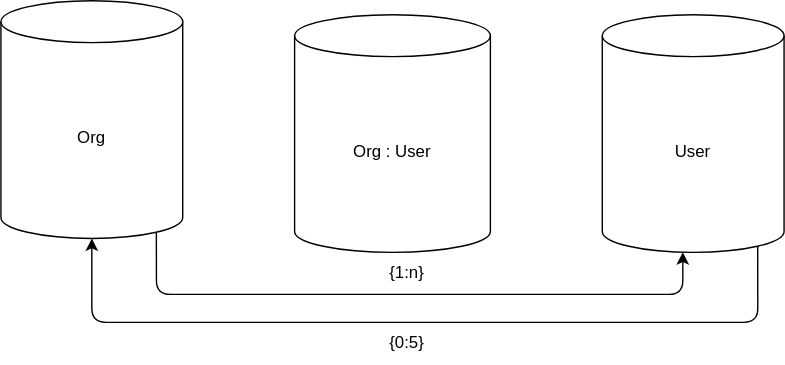
This is erd.drawio.svg from GaurangTyagi123/logisick, a draw.io export, as it was before one commit. Source tidied: cells renumbered, new cells last; positions are measured from the earlier drawing's top-left corner, leaving out a move shared by most shapes.
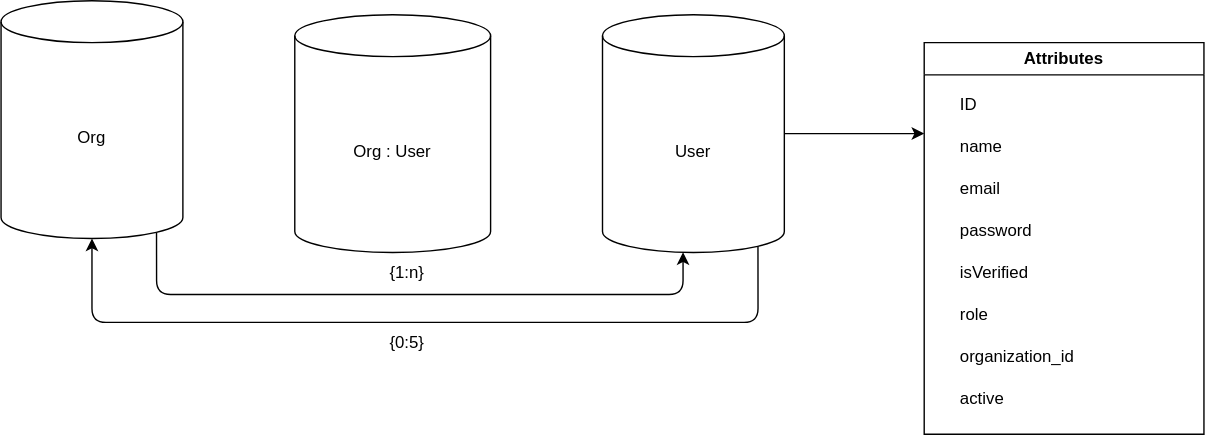
Above is the later version.

The edit, as a diff of the source:
```diff
@@ -2,6 +2,11 @@
   <root>
     <mxCell id="0" />
     <mxCell id="1" parent="0" />
+    <mxCell id="9" style="edgeStyle=none;html=1;" parent="1" edge="1" source="2">
+      <mxGeometry relative="1" as="geometry">
+        <mxPoint x="660" y="95" as="targetPoint" />
+      </mxGeometry>
+    </mxCell>
     <mxCell id="2" value="User" style="shape=cylinder3;whiteSpace=wrap;html=1;boundedLbl=1;backgroundOutline=1;size=15;" parent="1" vertex="1">
       <mxGeometry x="430" y="10" width="130" height="170" as="geometry" />
     </mxCell>
@@ -33,5 +38,32 @@
     <mxCell id="8" value="{0:5}" style="text;html=1;align=center;verticalAlign=middle;strokeColor=none;fillColor=none;" parent="1" vertex="1">
       <mxGeometry x="265" y="230" width="50" height="30" as="geometry" />
     </mxCell>
+    <mxCell id="10" value="Attributes" style="swimlane;whiteSpace=wrap;html=1;" parent="1" vertex="1">
+      <mxGeometry x="660" y="30" width="200" height="280" as="geometry" />
+    </mxCell>
+    <mxCell id="11" value="ID" style="text;strokeColor=none;fillColor=none;align=left;verticalAlign=middle;spacingLeft=4;spacingRight=4;overflow=hidden;whiteSpace=wrap;html=1;" parent="10" vertex="1">
+      <mxGeometry x="20" y="30" width="140" height="30" as="geometry" />
+    </mxCell>
+    <mxCell id="12" value="name" style="text;strokeColor=none;fillColor=none;align=left;verticalAlign=middle;spacingLeft=4;spacingRight=4;overflow=hidden;whiteSpace=wrap;html=1;" parent="10" vertex="1">
+      <mxGeometry x="20" y="60" width="140" height="30" as="geometry" />
+    </mxCell>
+    <mxCell id="13" value="email" style="text;strokeColor=none;fillColor=none;align=left;verticalAlign=middle;spacingLeft=4;spacingRight=4;overflow=hidden;whiteSpace=wrap;html=1;" parent="10" vertex="1">
+      <mxGeometry x="20" y="90" width="140" height="30" as="geometry" />
+    </mxCell>
+    <mxCell id="14" value="password" style="text;strokeColor=none;fillColor=none;align=left;verticalAlign=middle;spacingLeft=4;spacingRight=4;overflow=hidden;whiteSpace=wrap;html=1;" parent="10" vertex="1">
+      <mxGeometry x="20" y="120" width="140" height="30" as="geometry" />
+    </mxCell>
+    <mxCell id="15" value="isVerified" style="text;strokeColor=none;fillColor=none;align=left;verticalAlign=middle;spacingLeft=4;spacingRight=4;overflow=hidden;whiteSpace=wrap;html=1;" parent="10" vertex="1">
+      <mxGeometry x="20" y="150" width="140" height="30" as="geometry" />
+    </mxCell>
+    <mxCell id="16" value="role" style="text;strokeColor=none;fillColor=none;align=left;verticalAlign=middle;spacingLeft=4;spacingRight=4;overflow=hidden;whiteSpace=wrap;html=1;" parent="10" vertex="1">
+      <mxGeometry x="20" y="180" width="140" height="30" as="geometry" />
+    </mxCell>
+    <mxCell id="17" value="organization_id" style="text;strokeColor=none;fillColor=none;align=left;verticalAlign=middle;spacingLeft=4;spacingRight=4;overflow=hidden;whiteSpace=wrap;html=1;" parent="10" vertex="1">
+      <mxGeometry x="20" y="210" width="140" height="30" as="geometry" />
+    </mxCell>
+    <mxCell id="18" value="active" style="text;strokeColor=none;fillColor=none;align=left;verticalAlign=middle;spacingLeft=4;spacingRight=4;overflow=hidden;whiteSpace=wrap;html=1;" parent="10" vertex="1">
+      <mxGeometry x="20" y="240" width="140" height="30" as="geometry" />
+    </mxCell>
   </root>
 </mxGraphModel>
```
